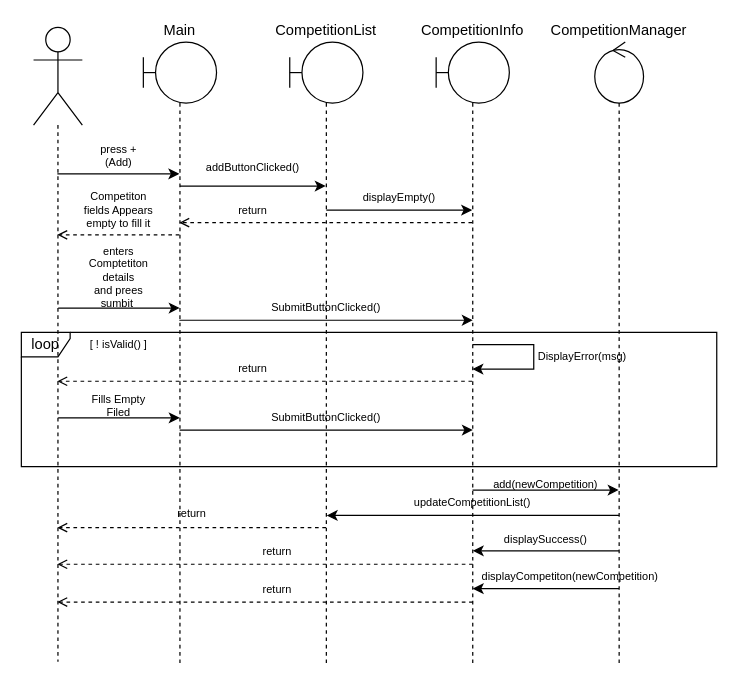
The draw.io diagram docs/phase2/Sequence-Diagram-Add.drawio in AbdullahAXR/Competition-tracker, before the edit. Source tidied: cells renumbered, new cells numbered last; positions are measured from the earlier drawing's top-left corner, leaving out a move shared by most shapes. Both pictures are drawn from the tidied source at 122%, with x=0, y=0 at pixel (21, 27).
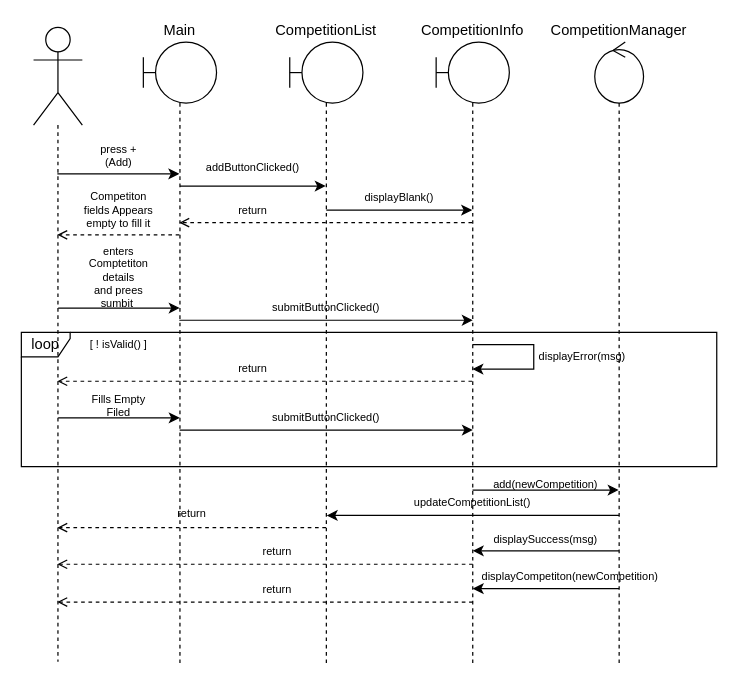
After the change.

Commit message (it also covers changes not shown here):
updated Sequence-Diagram-Add

What changed in the source:
```diff
@@
-    <mxCell id="22" value="displayEmpty()" style="text;html=1;strokeColor=none;fillColor=none;align=center;verticalAlign=middle;whiteSpace=wrap;rounded=0;fontSize=9;" parent="1" vertex="1">
+    <mxCell id="22" value="displayBlank()" style="text;html=1;strokeColor=none;fillColor=none;align=center;verticalAlign=middle;whiteSpace=wrap;rounded=0;fontSize=9;" parent="1" vertex="1">
       <mxGeometry x="280" y="130" width="60" height="20" as="geometry" />
     </mxCell>
@@
-    <mxCell id="25" value="SubmitButtonClicked()" style="text;html=1;strokeColor=none;fillColor=none;align=center;verticalAlign=middle;whiteSpace=wrap;rounded=0;fontSize=9;" parent="1" vertex="1">
+    <mxCell id="25" value="submitButtonClicked()" style="text;html=1;strokeColor=none;fillColor=none;align=center;verticalAlign=middle;whiteSpace=wrap;rounded=0;fontSize=9;" parent="1" vertex="1">
       <mxGeometry x="204.9" y="220" width="90" height="20" as="geometry" />
     </mxCell>
@@
-    <mxCell id="32" value="DisplayError(msg)" style="text;html=1;strokeColor=none;fillColor=none;align=center;verticalAlign=middle;whiteSpace=wrap;rounded=0;fontSize=9;" parent="1" vertex="1">
+    <mxCell id="32" value="displayError(msg)" style="text;html=1;strokeColor=none;fillColor=none;align=center;verticalAlign=middle;whiteSpace=wrap;rounded=0;fontSize=9;" parent="1" vertex="1">
       <mxGeometry x="420" y="260" width="80" height="20" as="geometry" />
     </mxCell>
@@
-    <mxCell id="36" value="SubmitButtonClicked()" style="text;html=1;strokeColor=none;fillColor=none;align=center;verticalAlign=middle;whiteSpace=wrap;rounded=0;fontSize=9;" parent="1" vertex="1">
+    <mxCell id="36" value="submitButtonClicked()" style="text;html=1;strokeColor=none;fillColor=none;align=center;verticalAlign=middle;whiteSpace=wrap;rounded=0;fontSize=9;" parent="1" vertex="1">
       <mxGeometry x="205.1" y="310" width="90" height="20" as="geometry" />
     </mxCell>
@@
-    <mxCell id="42" value="displaySuccess()" style="text;html=1;strokeColor=none;fillColor=none;align=center;verticalAlign=middle;whiteSpace=wrap;rounded=0;fontSize=9;" parent="1" vertex="1">
+    <mxCell id="42" value="displaySuccess(msg)" style="text;html=1;strokeColor=none;fillColor=none;align=center;verticalAlign=middle;whiteSpace=wrap;rounded=0;fontSize=9;" parent="1" vertex="1">
       <mxGeometry x="370.1" y="410" width="120" height="20" as="geometry" />
     </mxCell>
```
